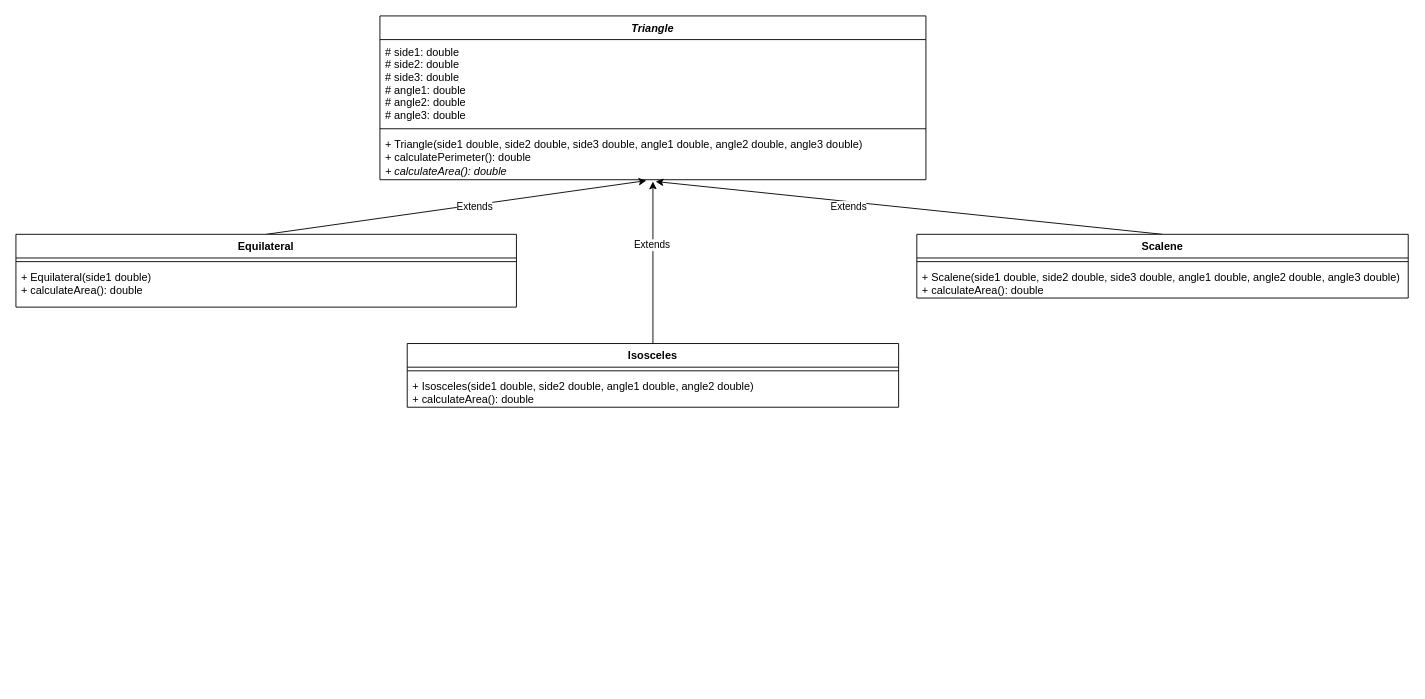
Above: Week7/Inheritance_concepts/src/Triangles/Triangle.drawio in Julian-Florez/OOP-Project (draw.io), before the change. Source tidied: cells renumbered, new cells numbered last; positions are measured from the earlier drawing's top-left corner, leaving out a move shared by most shapes. Both pictures are drawn from the tidied source at 91%, with x=0, y=0 at pixel (15, 15).
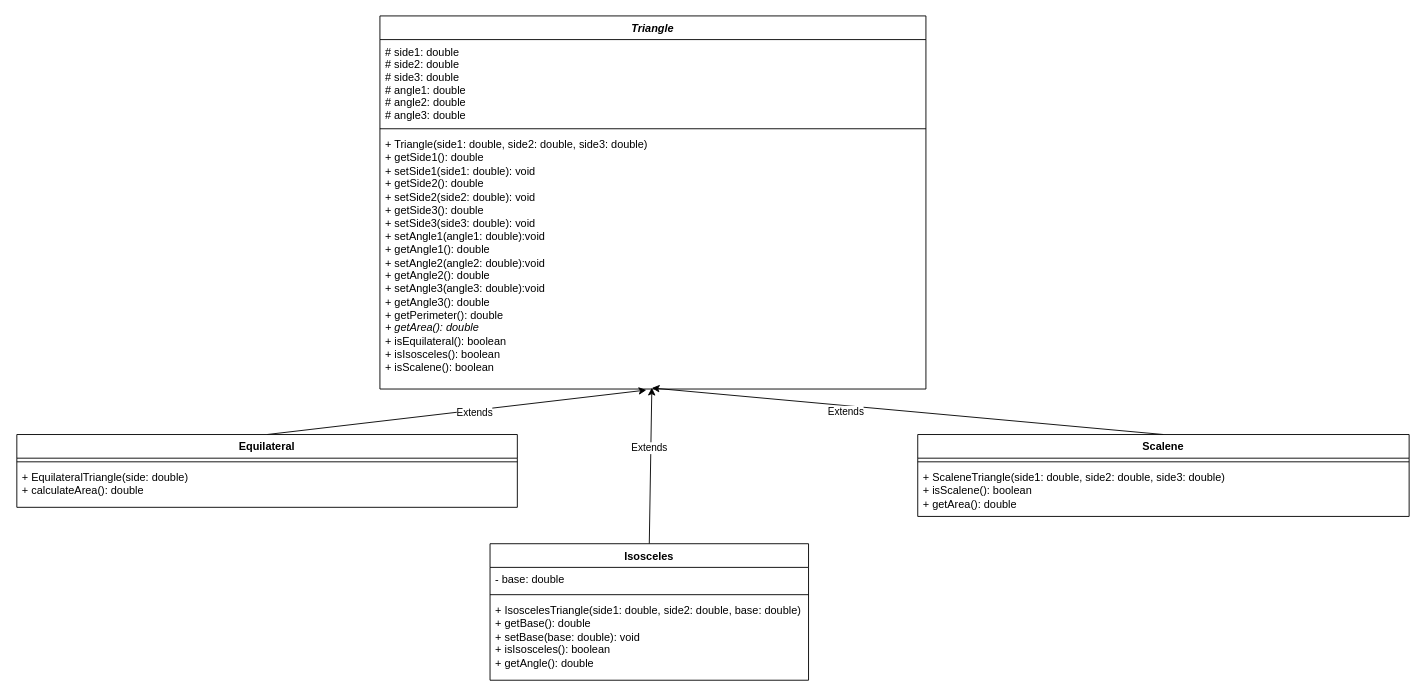
The same page after the edit.

Diff of the diagram source:
```diff
@@
     <mxCell id="2" value="Triangle" style="swimlane;fontStyle=3;align=center;verticalAlign=top;horizontal=1;startSize=26;" parent="1" vertex="1">
-      <mxGeometry x="400" width="600" height="180" as="geometry" />
+      <mxGeometry x="400" width="600" height="410" as="geometry" />
     </mxCell>
@@
-    <mxCell id="5" value="+ Triangle(side1 double, side2 double, side3 double, angle1 double, angle2 double, angle3 double)&lt;br&gt;+ calculatePerimeter(): double&lt;br&gt;&lt;i&gt;+ calculateArea(): double&lt;/i&gt;" style="text;strokeColor=none;fillColor=none;align=left;verticalAlign=top;spacingLeft=4;spacingRight=4;overflow=hidden;points=[[0,0.5],[1,0.5]];portConstraint=eastwest;fontStyle=0;horizontal=1;html=1;" parent="2" vertex="1">
-      <mxGeometry y="128" width="600" height="52" as="geometry" />
+    <mxCell id="5" value="&lt;div&gt;+ Triangle(side1: double, side2: double, side3: double)&amp;nbsp; &amp;nbsp; &amp;nbsp; &amp;nbsp;&amp;nbsp;&lt;/div&gt;&lt;div&gt;+ getSide1(): double&amp;nbsp; &amp;nbsp; &amp;nbsp; &amp;nbsp; &amp;nbsp; &amp;nbsp; &amp;nbsp;&amp;nbsp;&lt;/div&gt;&lt;div&gt;+ setSide1(side1: double): void&amp;nbsp; &amp;nbsp;&lt;/div&gt;&lt;div&gt;+ getSide2(): double&amp;nbsp; &amp;nbsp; &amp;nbsp; &amp;nbsp; &amp;nbsp; &amp;nbsp; &amp;nbsp;&amp;nbsp;&lt;/div&gt;&lt;div&gt;+ setSide2(side2: double): void&amp;nbsp; &amp;nbsp;&lt;/div&gt;&lt;div&gt;+ getSide3(): double&amp;nbsp; &amp;nbsp; &amp;nbsp; &amp;nbsp; &amp;nbsp; &amp;nbsp; &amp;nbsp;&amp;nbsp;&lt;/div&gt;&lt;div&gt;+ setSide3(side3: double): void&amp;nbsp;&lt;/div&gt;&lt;div&gt;+ setAngle1(angle1: double):void&lt;/div&gt;&lt;div&gt;+ getAngle1(): double&lt;/div&gt;&lt;div&gt;&lt;div style=&quot;border-color: var(--border-color);&quot;&gt;+ setAngle2&lt;span style=&quot;background-color: initial;&quot;&gt;(angle2: double):void&lt;/span&gt;&lt;/div&gt;&lt;div style=&quot;border-color: var(--border-color);&quot;&gt;+ getAngle2&lt;span style=&quot;background-color: initial;&quot;&gt;(): double&lt;/span&gt;&lt;/div&gt;&lt;/div&gt;&lt;div style=&quot;border-color: var(--border-color);&quot;&gt;&lt;div style=&quot;border-color: var(--border-color);&quot;&gt;+ setAngle3&lt;span style=&quot;background-color: initial;&quot;&gt;(angle3: double):void&lt;/span&gt;&lt;/div&gt;&lt;div style=&quot;border-color: var(--border-color);&quot;&gt;+ getAngle3&lt;span style=&quot;background-color: initial;&quot;&gt;(): double&lt;/span&gt;&lt;/div&gt;&lt;/div&gt;&lt;div&gt;+ getPerimeter(): double&amp;nbsp; &amp;nbsp; &amp;nbsp; &amp;nbsp; &amp;nbsp;&amp;nbsp;&lt;/div&gt;&lt;div&gt;&lt;i&gt;+ getArea(): double&amp;nbsp; &amp;nbsp; &amp;nbsp; &amp;nbsp; &amp;nbsp; &lt;/i&gt;&amp;nbsp; &amp;nbsp; &amp;nbsp;&lt;/div&gt;&lt;div&gt;+ isEquilateral(): boolean&amp;nbsp; &amp;nbsp; &amp;nbsp; &amp;nbsp;&amp;nbsp;&lt;/div&gt;&lt;div&gt;+ isIsosceles(): boolean&amp;nbsp; &amp;nbsp; &amp;nbsp; &amp;nbsp; &amp;nbsp;&amp;nbsp;&lt;/div&gt;&lt;div&gt;+ isScalene(): boolean&amp;nbsp;&lt;/div&gt;" style="text;strokeColor=none;fillColor=none;align=left;verticalAlign=top;spacingLeft=4;spacingRight=4;overflow=hidden;points=[[0,0.5],[1,0.5]];portConstraint=eastwest;fontStyle=0;horizontal=1;html=1;" parent="2" vertex="1">
+      <mxGeometry y="128" width="600" height="282" as="geometry" />
     </mxCell>
-    <mxCell id="6" style="edgeStyle=none;html=1;exitX=0.5;exitY=0;exitDx=0;exitDy=0;entryX=0.488;entryY=1.019;entryDx=0;entryDy=0;entryPerimeter=0;" parent="1" edge="1" source="8" target="5">
+    <mxCell id="6" style="edgeStyle=none;html=1;exitX=0.5;exitY=0;exitDx=0;exitDy=0;entryX=0.488;entryY=1.004;entryDx=0;entryDy=0;entryPerimeter=0;" parent="1" edge="1" source="8" target="5">
       <mxGeometry relative="1" as="geometry" />
     </mxCell>
@@
     <mxCell id="8" value="Equilateral" style="swimlane;fontStyle=1;align=center;verticalAlign=top;horizontal=1;startSize=26;" parent="1" vertex="1">
-      <mxGeometry y="240" width="550" height="80" as="geometry" />
+      <mxGeometry x="1" y="460" width="550" height="80" as="geometry" />
     </mxCell>
@@
-    <mxCell id="10" value="+ Equilateral(side1 double)&lt;br&gt;+ calculateArea(): double" style="text;strokeColor=none;fillColor=none;align=left;verticalAlign=top;spacingLeft=4;spacingRight=4;overflow=hidden;fontStyle=0;html=1;rounded=1;" parent="8" vertex="1">
+    <mxCell id="10" value="+ EquilateralTriangle(side: double)&lt;br&gt;+ calculateArea(): double" style="text;strokeColor=none;fillColor=none;align=left;verticalAlign=top;spacingLeft=4;spacingRight=4;overflow=hidden;fontStyle=0;html=1;rounded=1;" parent="8" vertex="1">
       <mxGeometry y="34" width="550" height="46" as="geometry" />
     </mxCell>
-    <mxCell id="11" style="edgeStyle=none;html=1;exitX=0.5;exitY=0;exitDx=0;exitDy=0;entryX=0.5;entryY=1.038;entryDx=0;entryDy=0;entryPerimeter=0;" parent="1" edge="1" source="13" target="5">
+    <mxCell id="11" style="edgeStyle=none;html=1;exitX=0.5;exitY=0;exitDx=0;exitDy=0;entryX=0.498;entryY=0.995;entryDx=0;entryDy=0;entryPerimeter=0;" parent="1" edge="1" source="13" target="5">
       <mxGeometry relative="1" as="geometry" />
     </mxCell>
@@
-    <mxCell id="13" value="Isosceles" style="swimlane;fontStyle=1;align=center;verticalAlign=top;horizontal=1;startSize=26;" parent="1" vertex="1">
-      <mxGeometry x="430" y="360" width="540" height="70" as="geometry" />
-    </mxCell>
-    <mxCell id="14" style="line;strokeWidth=1;fillColor=none;align=left;verticalAlign=middle;spacingTop=-1;spacingLeft=3;spacingRight=3;labelPosition=right;strokeColor=inherit;" parent="13" vertex="1">
-      <mxGeometry y="26" width="540" height="8" as="geometry" />
-    </mxCell>
-    <mxCell id="15" value="+ Isosceles(side1 double, side2 double, angle1 double, angle2 double)&lt;br&gt;+ calculateArea(): double" style="text;strokeColor=none;fillColor=none;align=left;verticalAlign=top;spacingLeft=4;spacingRight=4;overflow=hidden;html=1;" parent="13" vertex="1">
-      <mxGeometry y="34" width="540" height="36" as="geometry" />
-    </mxCell>
-    <mxCell id="16" style="edgeStyle=none;html=1;exitX=0.5;exitY=0;exitDx=0;exitDy=0;entryX=0.505;entryY=1.038;entryDx=0;entryDy=0;entryPerimeter=0;" parent="1" edge="1" source="18" target="5">
+    <mxCell id="16" style="edgeStyle=none;html=1;exitX=0.5;exitY=0;exitDx=0;exitDy=0;entryX=0.498;entryY=0.996;entryDx=0;entryDy=0;entryPerimeter=0;" parent="1" edge="1" source="18" target="5">
       <mxGeometry relative="1" as="geometry" />
     </mxCell>
@@
     <mxCell id="18" value="Scalene" style="swimlane;fontStyle=1;align=center;verticalAlign=top;horizontal=1;startSize=26;" parent="1" vertex="1">
-      <mxGeometry x="990" y="240" width="540" height="70" as="geometry" />
+      <mxGeometry x="991" y="460" width="540" height="90" as="geometry" />
     </mxCell>
@@
-    <mxCell id="20" value="+ Scalene(side1 double, side2 double, side3 double, angle1 double, angle2 double, angle3 double)&lt;br&gt;+ calculateArea(): double" style="text;strokeColor=none;fillColor=none;align=left;verticalAlign=top;spacingLeft=4;spacingRight=4;overflow=hidden;html=1;" parent="18" vertex="1">
-      <mxGeometry y="34" width="540" height="36" as="geometry" />
+    <mxCell id="20" value="&lt;div&gt;+ ScaleneTriangle(side1: double, side2: double, side3: double)&amp;nbsp;&amp;nbsp;&lt;/div&gt;&lt;div&gt;+ isScalene(): boolean&amp;nbsp;&amp;nbsp;&lt;/div&gt;&lt;div&gt;+ getArea(): double&lt;/div&gt;" style="text;strokeColor=none;fillColor=none;align=left;verticalAlign=top;spacingLeft=4;spacingRight=4;overflow=hidden;html=1;" parent="18" vertex="1">
+      <mxGeometry y="34" width="540" height="56" as="geometry" />
     </mxCell>
+    <mxCell id="13" value="Isosceles" style="swimlane;fontStyle=1;align=center;verticalAlign=top;horizontal=1;startSize=26;" parent="1" vertex="1">
+      <mxGeometry x="521" y="580" width="350" height="150" as="geometry" />
+    </mxCell>
+    <mxCell id="21" value="- base: double" style="text;strokeColor=none;fillColor=none;align=left;verticalAlign=top;spacingLeft=4;spacingRight=4;overflow=hidden;" parent="13" vertex="1">
+      <mxGeometry y="26" width="350" height="26" as="geometry" />
+    </mxCell>
+    <mxCell id="22" style="line;strokeWidth=1;fillColor=none;align=left;verticalAlign=middle;spacingTop=-1;spacingLeft=3;spacingRight=3;labelPosition=right;strokeColor=inherit;" parent="13" vertex="1">
+      <mxGeometry y="52" width="350" height="8" as="geometry" />
+    </mxCell>
+    <mxCell id="23" value="+ IsoscelesTriangle(side1: double, side2: double, base: double)&amp;nbsp;&lt;br&gt;+ getBase(): double&amp;nbsp; &amp;nbsp; &amp;nbsp; &amp;nbsp; &amp;nbsp; &amp;nbsp; &amp;nbsp; &amp;nbsp;&amp;nbsp;&lt;br&gt;+ setBase(base: double): void&amp;nbsp; &amp;nbsp; &amp;nbsp;&amp;nbsp;&lt;br&gt;+ isIsosceles(): boolean&lt;br&gt;+ getAngle(): double" style="text;strokeColor=none;fillColor=none;align=left;verticalAlign=top;spacingLeft=4;spacingRight=4;overflow=hidden;html=1;" parent="13" vertex="1">
+      <mxGeometry y="60" width="350" height="90" as="geometry" />
+    </mxCell>
```
